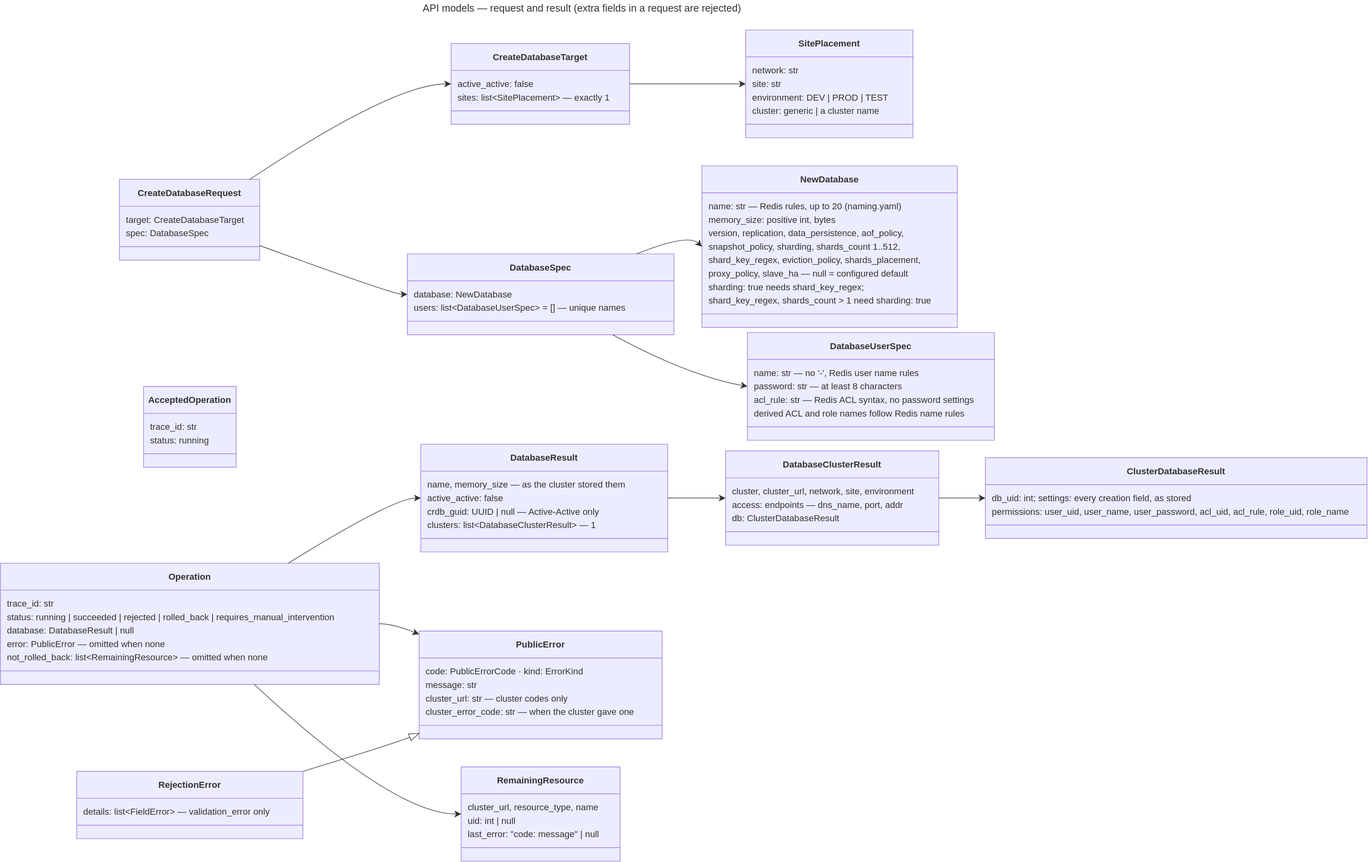
Above: docs/diagrams/19-api-models-create.drawio.svg in EliShteinman/redis-enterprise-services (draw.io), before the change. Source tidied: cells renumbered, new cells last; positions are measured from the earlier drawing's top-left corner, leaving out a move shared by most shapes.
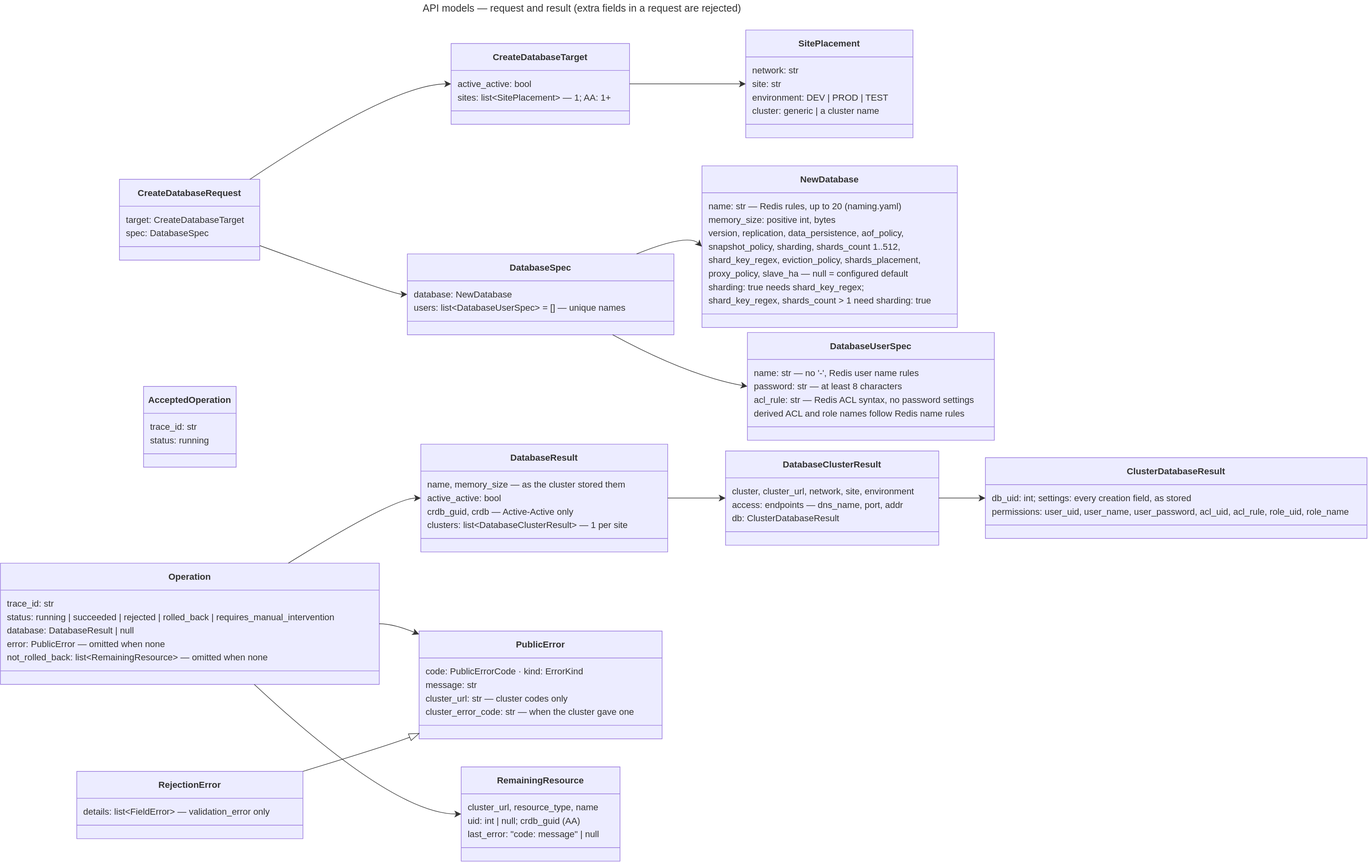
After the commit.

Commit message:
docs(diagrams): Active-Active in the API models, preparation, context and layer diagrams

What changed in the source:
```diff
@@ -17,10 +17,10 @@
     <mxCell id="6" value="&lt;b&gt;CreateDatabaseTarget&lt;/b&gt;" style="swimlane;html=1;fontStyle=1;fontSize=16;align=center;verticalAlign=middle;horizontal=1;startSize=48;swimlaneFillColor=light-dark(#ECECFF,#1f2020);whiteSpace=wrap;fillColor=light-dark(#ECECFF,#1f2020);strokeColor=light-dark(#9370DB,#cccccc);fontColor=light-dark(#333333,#cccccc);fontFamily=Trebuchet MS,Verdana,Arial,sans-serif;" parent="1" vertex="1">
       <mxGeometry x="803" y="77" width="318" height="144" as="geometry" />
     </mxCell>
-    <mxCell id="7" value="active_active: false" style="text;fontSize=16;strokeColor=none;fillColor=none;align=left;verticalAlign=middle;spacingLeft=10;spacingRight=12;spacingBottom=2;overflow=hidden;fontFamily=Trebuchet MS,Verdana,Arial,sans-serif;fontColor=light-dark(#333333,#cccccc);" parent="6" vertex="1">
+    <mxCell id="7" value="active_active: bool" style="text;fontSize=16;strokeColor=none;fillColor=none;align=left;verticalAlign=middle;spacingLeft=10;spacingRight=12;spacingBottom=2;overflow=hidden;fontFamily=Trebuchet MS,Verdana,Arial,sans-serif;fontColor=light-dark(#333333,#cccccc);" parent="6" vertex="1">
       <mxGeometry y="60" width="318" height="24" as="geometry" />
     </mxCell>
-    <mxCell id="8" value="sites: list&lt;SitePlacement&gt; — exactly 1" style="text;fontSize=16;strokeColor=none;fillColor=none;align=left;verticalAlign=middle;spacingLeft=10;spacingRight=12;spacingBottom=2;overflow=hidden;fontFamily=Trebuchet MS,Verdana,Arial,sans-serif;fontColor=light-dark(#333333,#cccccc);" parent="6" vertex="1">
+    <mxCell id="8" value="sites: list&lt;SitePlacement&gt; — 1; AA: 1+" style="text;fontSize=16;strokeColor=none;fillColor=none;align=left;verticalAlign=middle;spacingLeft=10;spacingRight=12;spacingBottom=2;overflow=hidden;fontFamily=Trebuchet MS,Verdana,Arial,sans-serif;fontColor=light-dark(#333333,#cccccc);" parent="6" vertex="1">
       <mxGeometry y="84" width="318" height="24" as="geometry" />
     </mxCell>
     <mxCell id="9" style="line;strokeWidth=1;fillColor=none;spacingLeft=3;spacingRight=3;strokeColor=inherit;" parent="6" vertex="1">
@@ -143,13 +143,13 @@
     <mxCell id="48" value="name, memory_size — as the cluster stored them" style="text;fontSize=16;strokeColor=none;fillColor=none;align=left;verticalAlign=middle;spacingLeft=10;spacingRight=12;spacingBottom=2;overflow=hidden;fontFamily=Trebuchet MS,Verdana,Arial,sans-serif;fontColor=light-dark(#333333,#cccccc);" parent="47" vertex="1">
       <mxGeometry y="60" width="440" height="24" as="geometry" />
     </mxCell>
-    <mxCell id="49" value="active_active: false" style="text;fontSize=16;strokeColor=none;fillColor=none;align=left;verticalAlign=middle;spacingLeft=10;spacingRight=12;spacingBottom=2;overflow=hidden;fontFamily=Trebuchet MS,Verdana,Arial,sans-serif;fontColor=light-dark(#333333,#cccccc);" parent="47" vertex="1">
+    <mxCell id="49" value="active_active: bool" style="text;fontSize=16;strokeColor=none;fillColor=none;align=left;verticalAlign=middle;spacingLeft=10;spacingRight=12;spacingBottom=2;overflow=hidden;fontFamily=Trebuchet MS,Verdana,Arial,sans-serif;fontColor=light-dark(#333333,#cccccc);" parent="47" vertex="1">
       <mxGeometry y="84" width="440" height="24" as="geometry" />
     </mxCell>
-    <mxCell id="50" value="crdb_guid: UUID | null — Active-Active only" style="text;fontSize=16;strokeColor=none;fillColor=none;align=left;verticalAlign=middle;spacingLeft=10;spacingRight=12;spacingBottom=2;overflow=hidden;fontFamily=Trebuchet MS,Verdana,Arial,sans-serif;fontColor=light-dark(#333333,#cccccc);" parent="47" vertex="1">
+    <mxCell id="50" value="crdb_guid, crdb — Active-Active only" style="text;fontSize=16;strokeColor=none;fillColor=none;align=left;verticalAlign=middle;spacingLeft=10;spacingRight=12;spacingBottom=2;overflow=hidden;fontFamily=Trebuchet MS,Verdana,Arial,sans-serif;fontColor=light-dark(#333333,#cccccc);" parent="47" vertex="1">
       <mxGeometry y="108" width="440" height="24" as="geometry" />
     </mxCell>
-    <mxCell id="51" value="clusters: list&lt;DatabaseClusterResult&gt; — 1" style="text;fontSize=16;strokeColor=none;fillColor=none;align=left;verticalAlign=middle;spacingLeft=10;spacingRight=12;spacingBottom=2;overflow=hidden;fontFamily=Trebuchet MS,Verdana,Arial,sans-serif;fontColor=light-dark(#333333,#cccccc);" parent="47" vertex="1">
+    <mxCell id="51" value="clusters: list&lt;DatabaseClusterResult&gt; — 1 per site" style="text;fontSize=16;strokeColor=none;fillColor=none;align=left;verticalAlign=middle;spacingLeft=10;spacingRight=12;spacingBottom=2;overflow=hidden;fontFamily=Trebuchet MS,Verdana,Arial,sans-serif;fontColor=light-dark(#333333,#cccccc);" parent="47" vertex="1">
       <mxGeometry y="132" width="440" height="24" as="geometry" />
     </mxCell>
     <mxCell id="52" style="line;strokeWidth=1;fillColor=none;spacingLeft=3;spacingRight=3;strokeColor=inherit;" parent="47" vertex="1">
@@ -215,7 +215,7 @@
     <mxCell id="72" value="cluster_url, resource_type, name" style="text;fontSize=16;strokeColor=none;fillColor=none;align=left;verticalAlign=middle;spacingLeft=10;spacingRight=12;spacingBottom=2;overflow=hidden;fontFamily=Trebuchet MS,Verdana,Arial,sans-serif;fontColor=light-dark(#333333,#cccccc);" parent="71" vertex="1">
       <mxGeometry y="60" width="283" height="24" as="geometry" />
     </mxCell>
-    <mxCell id="73" value="uid: int | null" style="text;fontSize=16;strokeColor=none;fillColor=none;align=left;verticalAlign=middle;spacingLeft=10;spacingRight=12;spacingBottom=2;overflow=hidden;fontFamily=Trebuchet MS,Verdana,Arial,sans-serif;fontColor=light-dark(#333333,#cccccc);" parent="71" vertex="1">
+    <mxCell id="73" value="uid: int | null; crdb_guid (AA)" style="text;fontSize=16;strokeColor=none;fillColor=none;align=left;verticalAlign=middle;spacingLeft=10;spacingRight=12;spacingBottom=2;overflow=hidden;fontFamily=Trebuchet MS,Verdana,Arial,sans-serif;fontColor=light-dark(#333333,#cccccc);" parent="71" vertex="1">
       <mxGeometry y="84" width="283" height="24" as="geometry" />
     </mxCell>
     <mxCell id="74" value="last_error: &quot;code: message&quot; | null" style="text;fontSize=16;strokeColor=none;fillColor=none;align=left;verticalAlign=middle;spacingLeft=10;spacingRight=12;spacingBottom=2;overflow=hidden;fontFamily=Trebuchet MS,Verdana,Arial,sans-serif;fontColor=light-dark(#333333,#cccccc);" parent="71" vertex="1">
```
